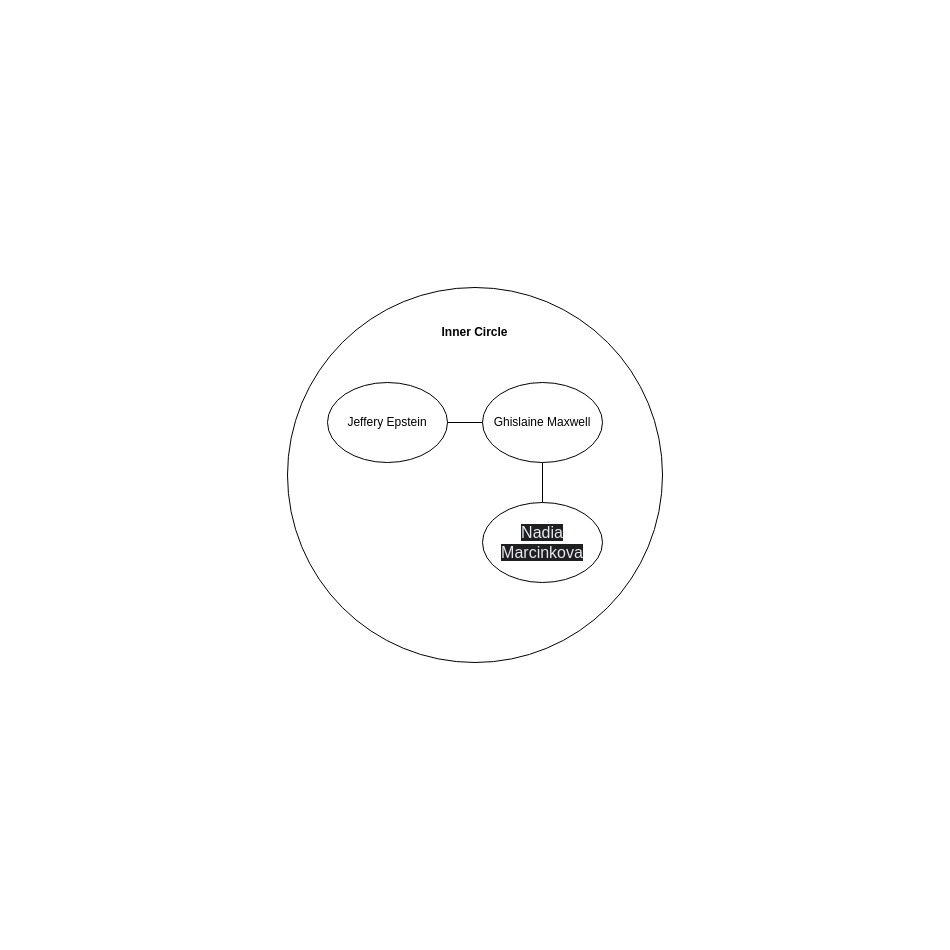
The draw.io diagram EPSTEINFILES.drawio in frujujuice/CTFs, before the edit. Source tidied: cells renumbered, new cells numbered last; positions are measured from the earlier drawing's top-left corner, leaving out a move shared by most shapes. Both pictures are drawn from the tidied source at 100%, with x=0, y=0 at pixel (287, 287).
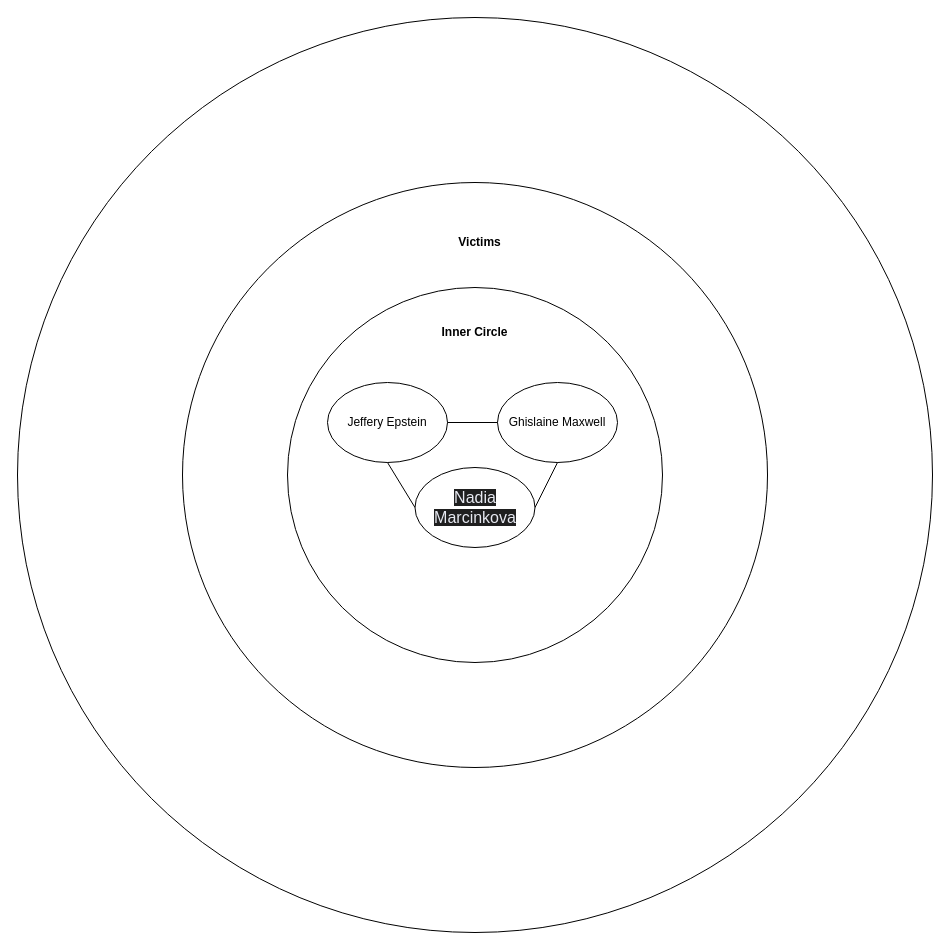
Above is the later version.

The edit, as a diff of the source:
```diff
@@
 <mxGraphModel>
   <root>
     <mxCell id="0" />
     <mxCell id="1" parent="0" />
+    <mxCell id="9" style="ellipse;whiteSpace=wrap;html=1;" parent="1" vertex="1">
+      <mxGeometry x="-270" y="-270" width="915" height="915" as="geometry" />
+    </mxCell>
+    <mxCell id="10" style="ellipse;whiteSpace=wrap;html=1;" parent="1" vertex="1">
+      <mxGeometry x="-105" y="-105" width="585" height="585" as="geometry" />
+    </mxCell>
     <mxCell id="2" style="ellipse;whiteSpace=wrap;html=1;" parent="1" vertex="1">
       <mxGeometry width="375" height="375" as="geometry" />
     </mxCell>
     <mxCell id="3" value="Jeffery Epstein" style="ellipse;whiteSpace=wrap;html=1;" parent="1" vertex="1">
       <mxGeometry x="40" y="95" width="120" height="80" as="geometry" />
     </mxCell>
     <mxCell id="4" value="Ghislaine Maxwell" style="ellipse;whiteSpace=wrap;html=1;" parent="1" vertex="1">
-      <mxGeometry x="195" y="95" width="120" height="80" as="geometry" />
+      <mxGeometry x="210" y="95" width="120" height="80" as="geometry" />
     </mxCell>
     <mxCell id="5" value="&lt;span style=&quot;color: rgb(230, 232, 240); font-family: &amp;quot;Google Sans&amp;quot;, Arial, sans-serif; font-size: 16px; text-align: start; background-color: rgb(31, 31, 31);&quot;&gt;Nadia Marcinkova&lt;/span&gt;" style="ellipse;whiteSpace=wrap;html=1;" parent="1" vertex="1">
-      <mxGeometry x="195" y="215" width="120" height="80" as="geometry" />
+      <mxGeometry x="127.5" y="180" width="120" height="80" as="geometry" />
     </mxCell>
     <mxCell id="6" style="endArrow=none;html=1;rounded=0;entryX=1;entryY=0.5;entryDx=0;entryDy=0;exitX=0;exitY=0.5;exitDx=0;exitDy=0;" parent="1" edge="1" source="4" target="3">
       <mxGeometry relative="1" as="geometry" />
     </mxCell>
-    <mxCell id="7" style="endArrow=none;html=1;rounded=0;entryX=0.5;entryY=1;entryDx=0;entryDy=0;exitX=0.5;exitY=0;exitDx=0;exitDy=0;" parent="1" edge="1" source="5" target="4">
+    <mxCell id="7" style="endArrow=none;html=1;rounded=0;entryX=0.5;entryY=1;entryDx=0;entryDy=0;exitX=1;exitY=0.5;exitDx=0;exitDy=0;" parent="1" edge="1" source="5" target="4">
       <mxGeometry relative="1" as="geometry" />
     </mxCell>
     <mxCell id="8" value="&lt;b&gt;Inner Circle&lt;/b&gt;" style="text;html=1;align=center;verticalAlign=middle;whiteSpace=wrap;rounded=0;" parent="1" vertex="1">
       <mxGeometry x="150" y="30" width="75" height="30" as="geometry" />
     </mxCell>
+    <mxCell id="11" value="&lt;b&gt;Victims&lt;/b&gt;" style="text;html=1;align=center;verticalAlign=middle;whiteSpace=wrap;rounded=0;" parent="1" vertex="1">
+      <mxGeometry x="155" y="-60" width="75" height="30" as="geometry" />
+    </mxCell>
+    <mxCell id="12" style="endArrow=none;html=1;rounded=0;exitX=0.5;exitY=1;exitDx=0;exitDy=0;entryX=0;entryY=0.5;entryDx=0;entryDy=0;" parent="1" edge="1" source="3" target="5">
+      <mxGeometry relative="1" as="geometry" />
+    </mxCell>
   </root>
 </mxGraphModel>
```
